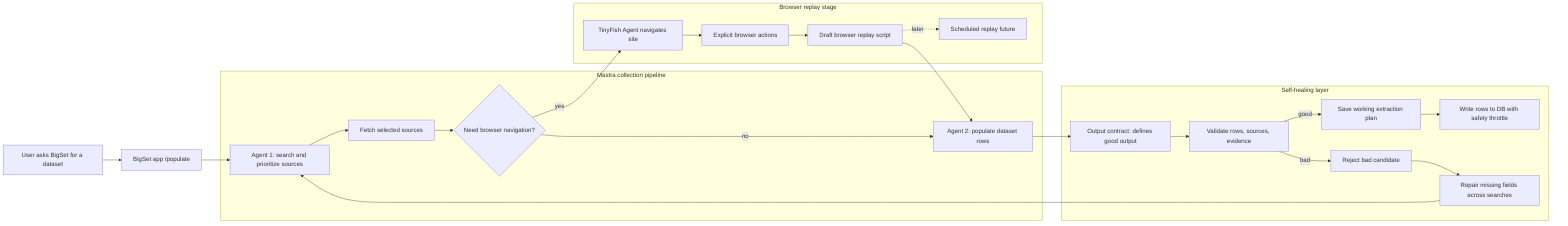
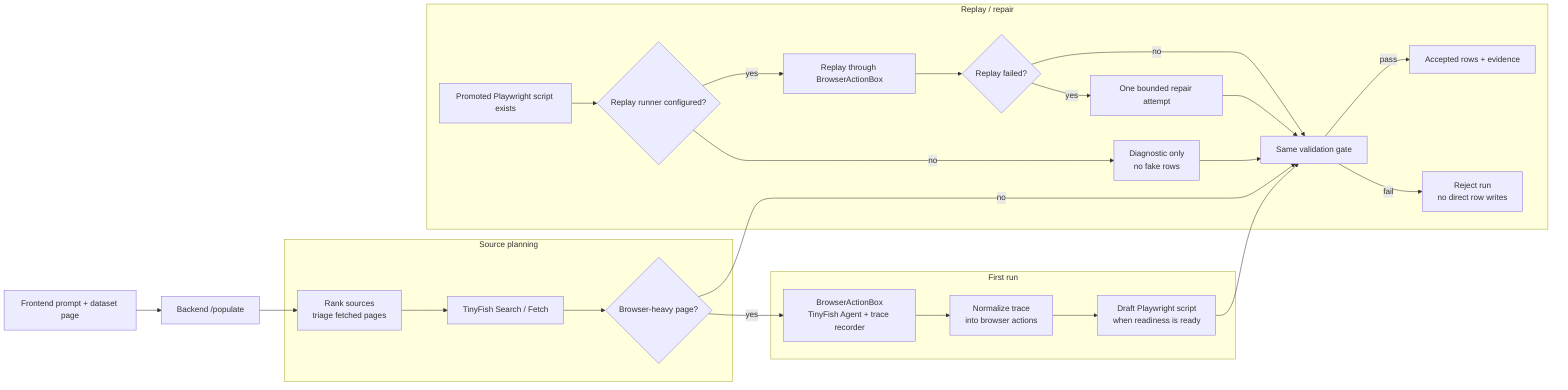
flowchart LR
-   request["User asks BigSet for a dataset"]
-   populate["BigSet app /populate"]
+   prompt["Frontend prompt + dataset page"]
+   populate["Backend /populate"]

-   subgraph mastra["Mastra collection pipeline"]
-     search_agent["Agent 1: search and prioritize sources"]
-     fetch_sources["Fetch selected sources"]
-     browser_decision{"Need browser navigation?"}
-     populate_agent["Agent 2: populate dataset rows"]
+   subgraph planning["Source planning"]
+     planner["Rank sources\ntriage fetched pages"]
+     browser{"Browser-heavy page?"}
+     fetch["TinyFish Search / Fetch"]
  end

-   subgraph browser["Browser replay stage"]
-     tinyfish_agent["TinyFish Agent navigates site"]
-     browser_actions["Explicit browser actions"]
-     playwright_script["Draft browser replay script"]
-     cron_future["Scheduled replay future"]
+   subgraph first["First run"]
+     box["BrowserActionBox\nTinyFish Agent + trace recorder"]
+     normalize["Normalize trace\ninto browser actions"]
+     draft["Draft Playwright script\nwhen readiness is ready"]
  end

-   subgraph healing["Self-healing layer"]
-     oracle["Output contract: defines good output"]
-     validate["Validate rows, sources, evidence"]
-     promote["Save working extraction plan"]
-     reject["Reject bad candidate"]
-     commit_cap["Write rows to DB with safety throttle"]
-     repair["Repair missing fields across searches"]
+   subgraph replay["Replay / repair"]
+     promoted["Promoted Playwright script exists"]
+     runner{"Replay runner configured?"}
+     replayRun["Replay through BrowserActionBox"]
+     diagnostic["Diagnostic only\nno fake rows"]
+     repair{"Replay failed?"}
+     repairBox["One bounded repair attempt"]
+     validate["Same validation gate"]
+     write["Accepted rows + evidence"]
+     reject["Reject run\nno direct row writes"]
  end

-   request --> populate
-   populate --> search_agent
-   search_agent --> fetch_sources
-   fetch_sources --> browser_decision
-   browser_decision -->|"no"| populate_agent
-   browser_decision -->|"yes"| tinyfish_agent
-   tinyfish_agent --> browser_actions
-   browser_actions --> playwright_script
-   playwright_script --> populate_agent
-   playwright_script -. "later" .-> cron_future
- 
-   populate_agent --> oracle
-   oracle --> validate
-   validate -->|"good"| promote
-   promote --> commit_cap
-   validate -->|"bad"| reject
-   reject --> repair
-   repair --> search_agent
+   prompt --> populate --> planner --> fetch --> browser
+   browser -- no --> validate
+   browser -- yes --> box --> normalize --> draft --> validate
+   promoted --> runner
+   runner -- yes --> replayRun --> repair
+   runner -- no --> diagnostic --> validate
+   repair -- no --> validate
+   repair -- yes --> repairBox --> validate
+   validate -- pass --> write
+   validate -- fail --> reject
